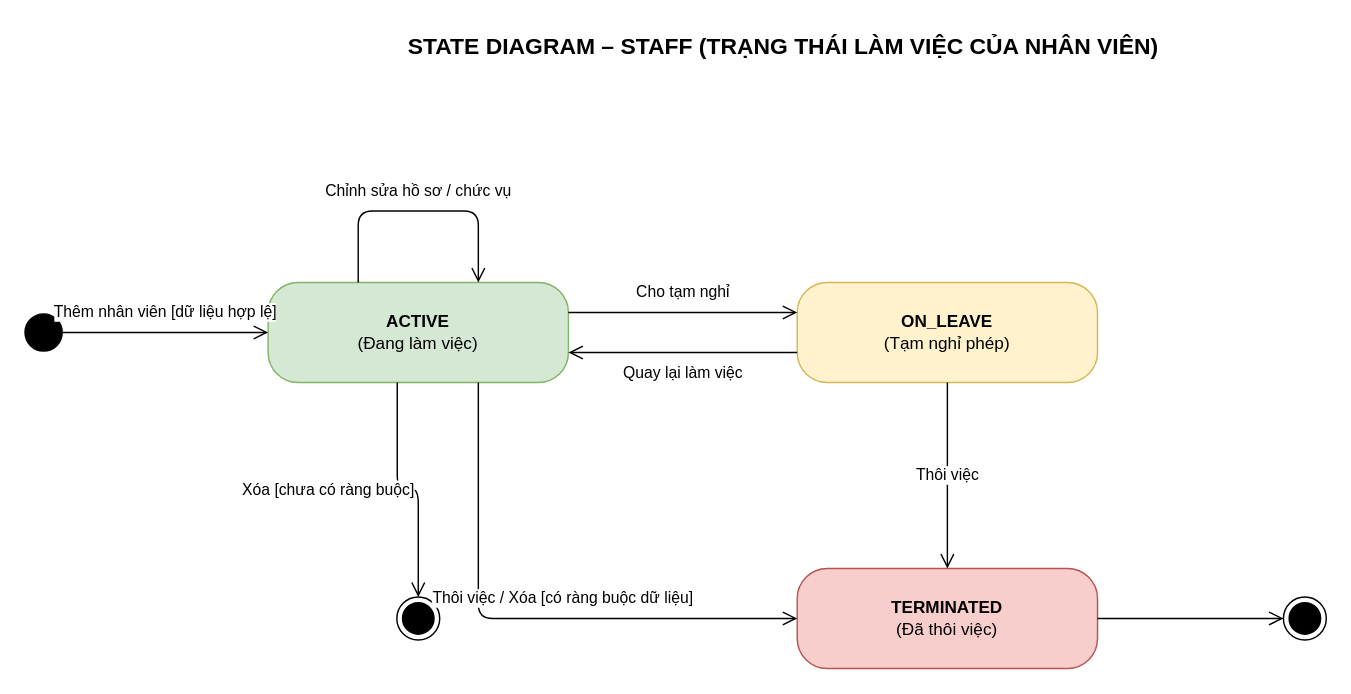
Before: docs/diagrams/State diagram/state-staff.drawio in chihai9-dev/quan-ly-nha-sach-ooad, a draw.io diagram. Source tidied: cells renumbered, new cells numbered last; positions are measured from the earlier drawing's top-left corner, leaving out a move shared by most shapes. Both pictures are drawn from the tidied source at 143%, with x=0, y=0 at pixel (24, 24).
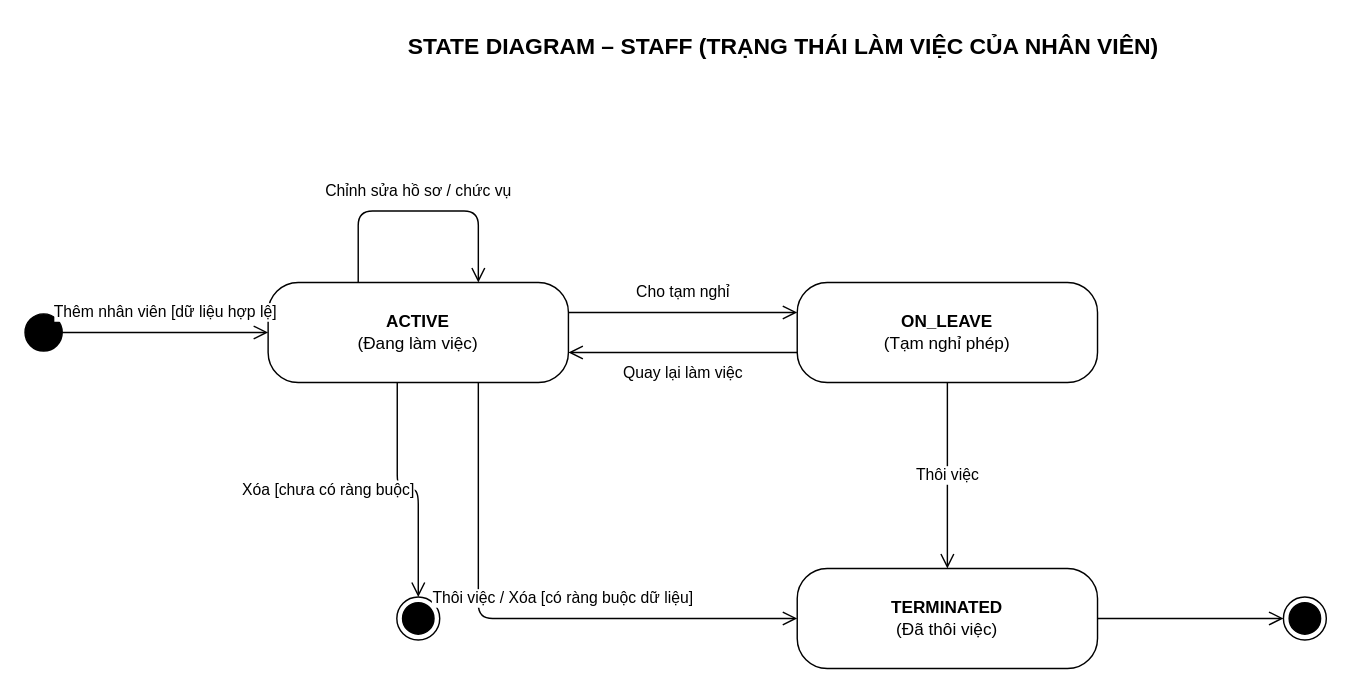
After the change.

Change to the diagram source:
```diff
@@
-    <mxCell id="4" value="&lt;b&gt;ACTIVE&lt;/b&gt;&lt;br&gt;(Đang làm việc)" style="rounded=1;whiteSpace=wrap;html=1;arcSize=30;fillColor=#d5e8d4;strokeColor=#82b366;" parent="1" vertex="1">
+    <mxCell id="4" value="&lt;b&gt;ACTIVE&lt;/b&gt;&lt;br&gt;(Đang làm việc)" style="rounded=1;whiteSpace=wrap;html=1;arcSize=30;fillColor=#ffffff;strokeColor=#000000;" parent="1" vertex="1">
       <mxGeometry x="170" y="180" width="210" height="70" as="geometry" />
     </mxCell>
-    <mxCell id="5" value="&lt;b&gt;ON_LEAVE&lt;/b&gt;&lt;br&gt;(Tạm nghỉ phép)" style="rounded=1;whiteSpace=wrap;html=1;arcSize=30;fillColor=#fff2cc;strokeColor=#d6b656;" parent="1" vertex="1">
+    <mxCell id="5" value="&lt;b&gt;ON_LEAVE&lt;/b&gt;&lt;br&gt;(Tạm nghỉ phép)" style="rounded=1;whiteSpace=wrap;html=1;arcSize=30;fillColor=#ffffff;strokeColor=#000000;" parent="1" vertex="1">
       <mxGeometry x="540" y="180" width="210" height="70" as="geometry" />
     </mxCell>
-    <mxCell id="6" value="&lt;b&gt;TERMINATED&lt;/b&gt;&lt;br&gt;(Đã thôi việc)" style="rounded=1;whiteSpace=wrap;html=1;arcSize=30;fillColor=#f8cecc;strokeColor=#b85450;" parent="1" vertex="1">
+    <mxCell id="6" value="&lt;b&gt;TERMINATED&lt;/b&gt;&lt;br&gt;(Đã thôi việc)" style="rounded=1;whiteSpace=wrap;html=1;arcSize=30;fillColor=#ffffff;strokeColor=#000000;" parent="1" vertex="1">
       <mxGeometry x="540" y="380" width="210" height="70" as="geometry" />
     </mxCell>
```
